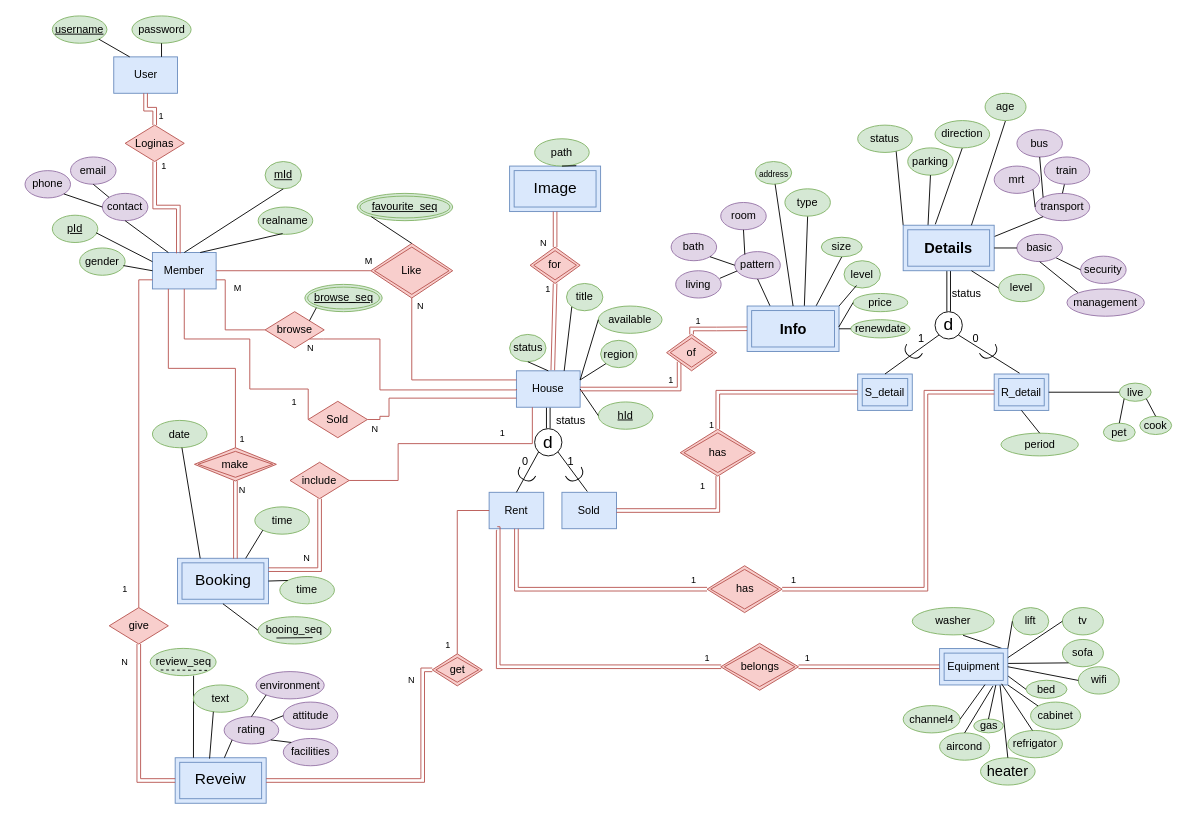
This is Database0527.drawio from chingchen0518/Database-Project1122, a draw.io file, before an edit. Source tidied: cells renumbered, new cells numbered last; positions are measured from the earlier drawing's top-left corner, leaving out a move shared by most shapes. Both pictures are drawn from the tidied source at 91%, with x=0, y=0 at pixel (25, 15).
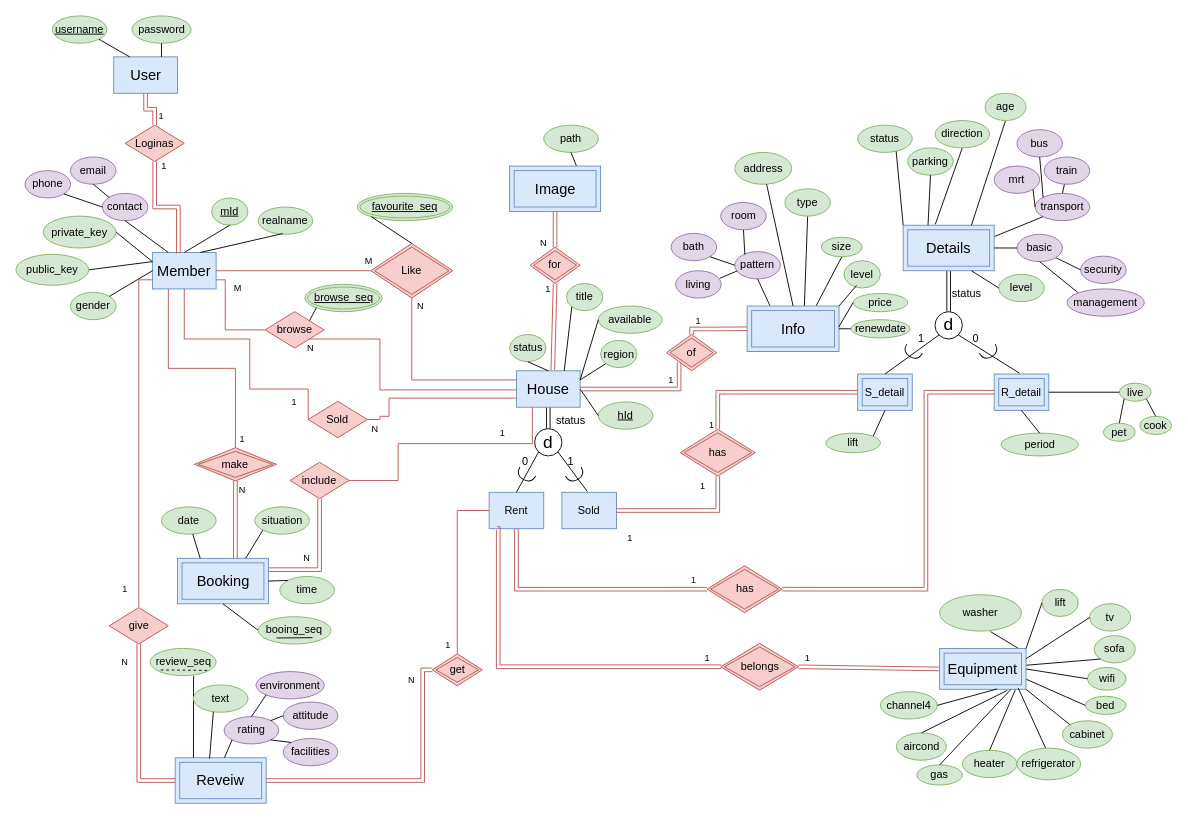
The same page after the edit.

The change refers to these unchanged cells:
```xml
<mxCell id="38" value="S_detail" style="shape=ext;margin=3;double=1;whiteSpace=wrap;html=1;align=center;fillColor=#dae8fc;strokeColor=#6c8ebf;" parent="1" vertex="1">
  <mxGeometry x="915" y="393.5" width="60" height="40" as="geometry" />
</mxCell>
```

The edit, as a diff of the source:
```diff
@@
-    <mxCell id="2" value="Member" style="whiteSpace=wrap;html=1;align=center;fillColor=#dae8fc;strokeColor=#6c8ebf;" parent="1" vertex="1">
+    <mxCell id="2" value="&lt;font style=&quot;font-size: 16px;&quot;&gt;Member&lt;/font&gt;" style="whiteSpace=wrap;html=1;align=center;fillColor=#dae8fc;strokeColor=#6c8ebf;" parent="1" vertex="1">
       <mxGeometry x="140" y="260" width="70" height="40" as="geometry" />
     </mxCell>
     <mxCell id="3" value="&lt;u&gt;mId&lt;/u&gt;" style="ellipse;whiteSpace=wrap;html=1;fillColor=#d5e8d4;strokeColor=#82b366;" parent="1" vertex="1">
-      <mxGeometry x="263.8" y="160" width="40" height="30" as="geometry" />
+      <mxGeometry x="205" y="200" width="40" height="30" as="geometry" />
     </mxCell>
     <mxCell id="4" value="gender" style="ellipse;whiteSpace=wrap;html=1;fillColor=#d5e8d4;strokeColor=#82b366;" parent="1" vertex="1">
-      <mxGeometry x="60" y="255" width="50" height="30" as="geometry" />
+      <mxGeometry x="50" y="303.8" width="50" height="30" as="geometry" />
     </mxCell>
@@
-    <mxCell id="6" style="endArrow=none;html=1;rounded=0;exitX=0;exitY=0.5;exitDx=0;exitDy=0;entryX=0.963;entryY=0.645;entryDx=0;entryDy=0;entryPerimeter=0;" parent="1" edge="1" source="2" target="4">
+    <mxCell id="6" style="endArrow=none;html=1;rounded=0;exitX=0;exitY=0.5;exitDx=0;exitDy=0;entryX=1;entryY=0;entryDx=0;entryDy=0;" parent="1" edge="1" source="2" target="4">
       <mxGeometry relative="1" as="geometry" />
     </mxCell>
@@
-    <mxCell id="16" value="House" style="whiteSpace=wrap;html=1;align=center;fillColor=#dae8fc;strokeColor=#6c8ebf;" parent="1" vertex="1">
+    <mxCell id="16" value="&lt;font style=&quot;font-size: 16px;&quot;&gt;House&lt;/font&gt;" style="whiteSpace=wrap;html=1;align=center;fillColor=#dae8fc;strokeColor=#6c8ebf;" parent="1" vertex="1">
       <mxGeometry x="540" y="390" width="70" height="40" as="geometry" />
     </mxCell>
@@
-    <mxCell id="63" value="&lt;b&gt;&lt;font style=&quot;font-size: 16px;&quot;&gt;Details&lt;/font&gt;&lt;/b&gt;" style="shape=ext;margin=3;double=1;whiteSpace=wrap;html=1;align=center;fillColor=#dae8fc;strokeColor=#6c8ebf;" parent="1" vertex="1">
+    <mxCell id="63" value="&lt;font style=&quot;font-size: 16px;&quot;&gt;Details&lt;/font&gt;" style="shape=ext;margin=3;double=1;whiteSpace=wrap;html=1;align=center;fillColor=#dae8fc;strokeColor=#6c8ebf;" parent="1" vertex="1">
       <mxGeometry x="965" y="230" width="100" height="50" as="geometry" />
     </mxCell>
@@
     <mxCell id="67" value="washer" style="ellipse;whiteSpace=wrap;html=1;fillColor=#d5e8d4;strokeColor=#82b366;" parent="1" vertex="1">
-      <mxGeometry x="975" y="650.2" width="90" height="30" as="geometry" />
+      <mxGeometry x="1005" y="636" width="90" height="40" as="geometry" />
     </mxCell>
-    <mxCell id="68" value="&lt;span style=&quot;font-size: 16px;&quot;&gt;heater&lt;/span&gt;" style="ellipse;whiteSpace=wrap;html=1;fillColor=#d5e8d4;strokeColor=#82b366;" parent="1" vertex="1">
-      <mxGeometry x="1050" y="815.2" width="60" height="30" as="geometry" />
+    <mxCell id="68" value="&lt;font style=&quot;font-size: 12px;&quot;&gt;heater&lt;/font&gt;" style="ellipse;whiteSpace=wrap;html=1;fillColor=#d5e8d4;strokeColor=#82b366;" parent="1" vertex="1">
+      <mxGeometry x="1030" y="807" width="60" height="30" as="geometry" />
     </mxCell>
     <mxCell id="69" value="wifi" style="ellipse;whiteSpace=wrap;html=1;fillColor=#d5e8d4;strokeColor=#82b366;" parent="1" vertex="1">
-      <mxGeometry x="1157.5" y="715.2" width="45" height="30" as="geometry" />
+      <mxGeometry x="1167.5" y="715.8" width="42.5" height="25.2" as="geometry" />
     </mxCell>
@@
     <mxCell id="77" value="sofa" style="ellipse;whiteSpace=wrap;html=1;fillColor=#d5e8d4;strokeColor=#82b366;" parent="1" vertex="1">
-      <mxGeometry x="1140" y="685.2" width="45" height="30" as="geometry" />
+      <mxGeometry x="1175" y="681" width="45" height="30" as="geometry" />
     </mxCell>
     <mxCell id="78" value="bed" style="ellipse;whiteSpace=wrap;html=1;fillColor=#d5e8d4;strokeColor=#82b366;" parent="1" vertex="1">
-      <mxGeometry x="1100" y="730" width="45" height="20" as="geometry" />
+      <mxGeometry x="1165" y="747.6" width="45" height="20" as="geometry" />
     </mxCell>
     <mxCell id="79" value="cabinet" style="ellipse;whiteSpace=wrap;html=1;fillColor=#d5e8d4;strokeColor=#82b366;" parent="1" vertex="1">
-      <mxGeometry x="1105" y="754" width="55" height="30" as="geometry" />
+      <mxGeometry x="1140" y="774.6" width="55" height="30" as="geometry" />
     </mxCell>
     <mxCell id="80" value="tv" style="ellipse;whiteSpace=wrap;html=1;fillColor=#d5e8d4;strokeColor=#82b366;" parent="1" vertex="1">
-      <mxGeometry x="1140" y="650.2" width="45" height="30" as="geometry" />
+      <mxGeometry x="1170" y="646" width="45" height="30" as="geometry" />
     </mxCell>
@@
-    <mxCell id="90" value="&lt;font style=&quot;font-size: 17px;&quot;&gt;Reveiw&lt;/font&gt;" style="shape=ext;margin=3;double=1;whiteSpace=wrap;html=1;align=center;fillColor=#dae8fc;strokeColor=#6c8ebf;" parent="1" vertex="1">
+    <mxCell id="90" value="&lt;font style=&quot;font-size: 16px;&quot;&gt;Reveiw&lt;/font&gt;" style="shape=ext;margin=3;double=1;whiteSpace=wrap;html=1;align=center;fillColor=#dae8fc;strokeColor=#6c8ebf;" parent="1" vertex="1">
       <mxGeometry x="165" y="815.2" width="100" height="50" as="geometry" />
     </mxCell>
@@
-    <mxCell id="106" value="&lt;font style=&quot;font-size: 17px;&quot;&gt;Booking&lt;/font&gt;" style="shape=ext;margin=3;double=1;whiteSpace=wrap;html=1;align=center;fillColor=#dae8fc;strokeColor=#6c8ebf;" parent="1" vertex="1">
+    <mxCell id="106" value="&lt;font style=&quot;font-size: 16px;&quot;&gt;Booking&lt;/font&gt;" style="shape=ext;margin=3;double=1;whiteSpace=wrap;html=1;align=center;fillColor=#dae8fc;strokeColor=#6c8ebf;" parent="1" vertex="1">
       <mxGeometry x="167.5" y="596" width="100" height="50" as="geometry" />
     </mxCell>
@@
     <mxCell id="108" value="date" style="ellipse;whiteSpace=wrap;html=1;fillColor=#d5e8d4;strokeColor=#82b366;" parent="1" vertex="1">
-      <mxGeometry x="140" y="444.5" width="60" height="30" as="geometry" />
+      <mxGeometry x="150" y="539.5" width="60" height="30" as="geometry" />
     </mxCell>
@@
-    <mxCell id="110" value="time" style="ellipse;whiteSpace=wrap;html=1;fillColor=#d5e8d4;strokeColor=#82b366;" parent="1" vertex="1">
+    <mxCell id="110" value="situation" style="ellipse;whiteSpace=wrap;html=1;fillColor=#d5e8d4;strokeColor=#82b366;" parent="1" vertex="1">
       <mxGeometry x="252.5" y="539.5" width="60" height="30" as="geometry" />
     </mxCell>
@@
     <mxCell id="143" value="&lt;span style=&quot;font-size: 10px;&quot;&gt;1&lt;/span&gt;" style="text;html=1;align=center;verticalAlign=middle;whiteSpace=wrap;rounded=0;" parent="1" vertex="1">
-      <mxGeometry x="830" y="610" width="30" height="20" as="geometry" />
+      <mxGeometry x="650" y="563.5" width="30" height="20" as="geometry" />
     </mxCell>
@@
-    <mxCell id="159" value="Equipment" style="shape=ext;margin=3;double=1;whiteSpace=wrap;html=1;align=center;fillColor=#dae8fc;strokeColor=#6c8ebf;" parent="1" vertex="1">
-      <mxGeometry x="1005" y="695.2" width="75" height="40" as="geometry" />
+    <mxCell id="159" value="&lt;font style=&quot;font-size: 16px;&quot;&gt;Equipment&lt;/font&gt;" style="shape=ext;margin=3;double=1;whiteSpace=wrap;html=1;align=center;fillColor=#dae8fc;strokeColor=#6c8ebf;" parent="1" vertex="1">
+      <mxGeometry x="1005" y="695.2" width="95" height="44.8" as="geometry" />
     </mxCell>
@@
-    <mxCell id="172" value="&lt;font style=&quot;font-size: 17px;&quot;&gt;Image&lt;/font&gt;" style="shape=ext;margin=3;double=1;whiteSpace=wrap;html=1;align=center;fillColor=#dae8fc;strokeColor=#6c8ebf;" parent="1" vertex="1">
+    <mxCell id="172" value="&lt;font style=&quot;font-size: 16px;&quot;&gt;Image&lt;/font&gt;" style="shape=ext;margin=3;double=1;whiteSpace=wrap;html=1;align=center;fillColor=#dae8fc;strokeColor=#6c8ebf;" parent="1" vertex="1">
       <mxGeometry x="532.5" y="165" width="100" height="50" as="geometry" />
     </mxCell>
     <mxCell id="173" value="path" style="ellipse;whiteSpace=wrap;html=1;fillColor=#d5e8d4;strokeColor=#82b366;" parent="1" vertex="1">
-      <mxGeometry x="560" y="135" width="60" height="30" as="geometry" />
+      <mxGeometry x="570" y="120" width="60" height="30" as="geometry" />
     </mxCell>
@@
-    <mxCell id="180" value="refrigator" style="ellipse;whiteSpace=wrap;html=1;fillColor=#d5e8d4;strokeColor=#82b366;" parent="1" vertex="1">
-      <mxGeometry x="1080" y="785.2" width="60" height="30" as="geometry" />
+    <mxCell id="180" value="refrigerator" style="ellipse;whiteSpace=wrap;html=1;fillColor=#d5e8d4;strokeColor=#82b366;" parent="1" vertex="1">
+      <mxGeometry x="1090" y="804.6" width="70" height="34.8" as="geometry" />
     </mxCell>
@@
     <mxCell id="182" value="aircond" style="ellipse;whiteSpace=wrap;html=1;fillColor=#d5e8d4;strokeColor=#82b366;" parent="1" vertex="1">
-      <mxGeometry x="1005" y="787.9" width="55" height="30" as="geometry" />
+      <mxGeometry x="957.5" y="787.9" width="55" height="30" as="geometry" />
     </mxCell>
@@
     <mxCell id="184" value="gas" style="ellipse;whiteSpace=wrap;html=1;fillColor=#d5e8d4;strokeColor=#82b366;" parent="1" vertex="1">
-      <mxGeometry x="1042.5" y="772.6" width="32.5" height="15.2" as="geometry" />
+      <mxGeometry x="980" y="823.1" width="50" height="22.1" as="geometry" />
     </mxCell>
@@
     <mxCell id="186" value="channel4" style="ellipse;whiteSpace=wrap;html=1;fillColor=#d5e8d4;strokeColor=#82b366;" parent="1" vertex="1">
-      <mxGeometry x="965" y="757.9" width="62.5" height="30" as="geometry" />
+      <mxGeometry x="940" y="742.6" width="62.5" height="30" as="geometry" />
     </mxCell>
@@
-    <mxCell id="188" value="&lt;b&gt;&lt;font style=&quot;font-size: 16px;&quot;&gt;Info&lt;/font&gt;&lt;/b&gt;" style="shape=ext;margin=3;double=1;whiteSpace=wrap;html=1;align=center;fillColor=#dae8fc;strokeColor=#6c8ebf;" parent="1" vertex="1">
+    <mxCell id="188" value="&lt;font style=&quot;font-size: 16px;&quot;&gt;Info&lt;/font&gt;" style="shape=ext;margin=3;double=1;whiteSpace=wrap;html=1;align=center;fillColor=#dae8fc;strokeColor=#6c8ebf;" parent="1" vertex="1">
       <mxGeometry x="793.5" y="318.8" width="101" height="50" as="geometry" />
     </mxCell>
-    <mxCell id="189" value="&lt;font style=&quot;font-size: 9px;&quot;&gt;address&lt;/font&gt;" style="ellipse;whiteSpace=wrap;html=1;fillColor=#d5e8d4;strokeColor=#82b366;" parent="1" vertex="1">
-      <mxGeometry x="802.5" y="160" width="40" height="25" as="geometry" />
+    <mxCell id="189" value="&lt;font style=&quot;font-size: 12px;&quot;&gt;address&lt;/font&gt;" style="ellipse;whiteSpace=wrap;html=1;fillColor=#d5e8d4;strokeColor=#82b366;" parent="1" vertex="1">
+      <mxGeometry x="780" y="150" width="62.5" height="35" as="geometry" />
     </mxCell>
@@
     <mxCell id="200" value="lift" style="ellipse;whiteSpace=wrap;html=1;fillColor=#d5e8d4;strokeColor=#82b366;" parent="1" vertex="1">
-      <mxGeometry x="1085" y="650.2" width="40" height="30" as="geometry" />
+      <mxGeometry x="1117.5" y="630" width="40" height="30" as="geometry" />
     </mxCell>
@@
-    <mxCell id="204" value="User" style="whiteSpace=wrap;html=1;align=center;fillColor=#dae8fc;strokeColor=#6c8ebf;" parent="1" vertex="1">
+    <mxCell id="204" value="&lt;font style=&quot;font-size: 16px;&quot;&gt;User&lt;/font&gt;" style="whiteSpace=wrap;html=1;align=center;fillColor=#dae8fc;strokeColor=#6c8ebf;" parent="1" vertex="1">
       <mxGeometry x="97.5" y="45" width="70" height="40" as="geometry" />
     </mxCell>
@@
-    <mxCell id="209" value="&lt;u&gt;pId&lt;/u&gt;" style="ellipse;whiteSpace=wrap;html=1;fillColor=#d5e8d4;strokeColor=#82b366;" parent="1" vertex="1">
-      <mxGeometry x="30" y="219" width="50" height="30" as="geometry" />
-    </mxCell>
-    <mxCell id="210" style="endArrow=none;html=1;rounded=0;exitX=0;exitY=0.25;exitDx=0;exitDy=0;entryX=0.963;entryY=0.645;entryDx=0;entryDy=0;entryPerimeter=0;" parent="1" edge="1" source="2" target="209">
-      <mxGeometry relative="1" as="geometry" />
-    </mxCell>
@@
+    <mxCell id="232" style="rounded=0;jettySize=auto;html=1;exitX=1;exitY=0.5;exitDx=0;exitDy=0;entryX=0;entryY=0.25;entryDx=0;entryDy=0;endArrow=none;endFill=0;" parent="1" edge="1" source="233" target="2">
+      <mxGeometry relative="1" as="geometry" />
+    </mxCell>
+    <mxCell id="233" value="public_key" style="ellipse;whiteSpace=wrap;html=1;fillColor=#d5e8d4;strokeColor=#82b366;" parent="1" vertex="1">
+      <mxGeometry x="-10" y="262" width="80" height="34" as="geometry" />
+    </mxCell>
+    <mxCell id="234" style="rounded=0;jettySize=auto;html=1;exitX=1;exitY=0.5;exitDx=0;exitDy=0;entryX=0;entryY=0.25;entryDx=0;entryDy=0;endArrow=none;endFill=0;" parent="1" edge="1" source="235" target="2">
+      <mxGeometry relative="1" as="geometry" />
+    </mxCell>
+    <mxCell id="235" value="private_key" style="ellipse;whiteSpace=wrap;html=1;fillColor=#d5e8d4;strokeColor=#82b366;" parent="1" vertex="1">
+      <mxGeometry x="20" y="220" width="80" height="35" as="geometry" />
+    </mxCell>
+    <mxCell id="236" style="rounded=0;jettySize=auto;html=1;exitX=1;exitY=0;exitDx=0;exitDy=0;entryX=0.5;entryY=1;entryDx=0;entryDy=0;endArrow=none;endFill=0;" parent="1" edge="1" source="237" target="38">
+      <mxGeometry relative="1" as="geometry" />
+    </mxCell>
+    <mxCell id="237" value="lift" style="ellipse;whiteSpace=wrap;html=1;fillColor=#d5e8d4;strokeColor=#82b366;" parent="1" vertex="1">
+      <mxGeometry x="880" y="458.5" width="60" height="21.5" as="geometry" />
+    </mxCell>
```
